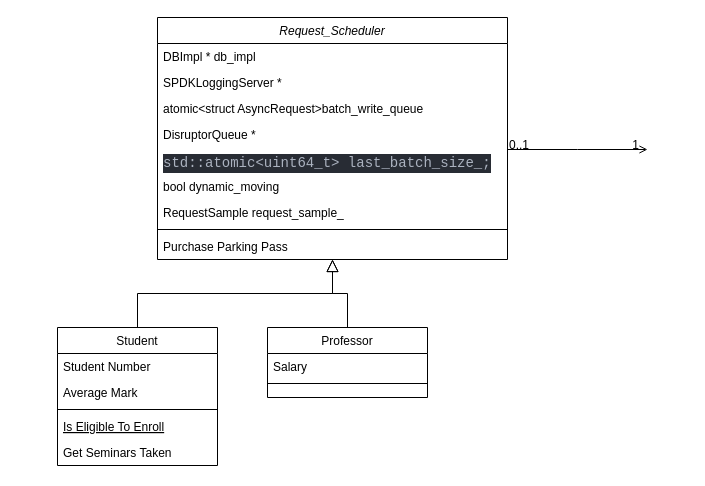
Earlier version of the draw.io diagram SpanDB.drawio (hayden-pzhou/drawioChart). Source tidied: cells renumbered, new cells numbered last; positions are measured from the earlier drawing's top-left corner, leaving out a move shared by most shapes. Both pictures are drawn from the tidied source at 100%, with x=0, y=0 at pixel (57, 17).
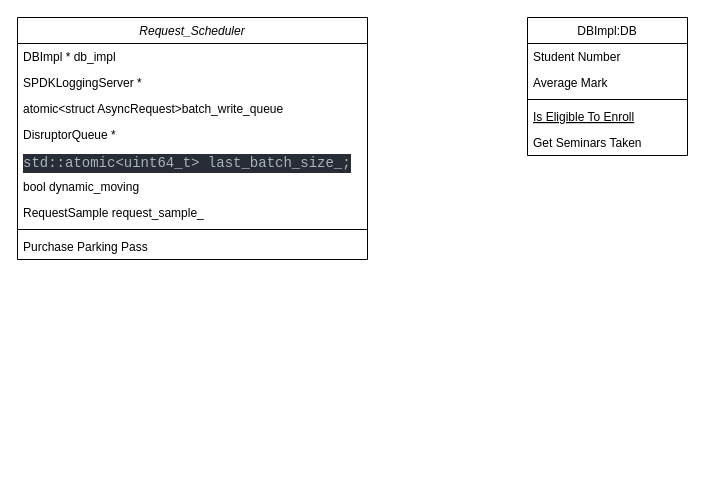
Above is the later version.

Change to the diagram source:
```diff
@@
     <mxCell id="2" value="Request_Scheduler" style="swimlane;fontStyle=2;align=center;verticalAlign=top;horizontal=1;startSize=26;rounded=0;shadow=0;strokeWidth=1;" parent="1" vertex="1">
-      <mxGeometry x="100" width="350" height="242" as="geometry" />
+      <mxGeometry x="-40" width="350" height="242" as="geometry" />
     </mxCell>
@@
-    <mxCell id="12" value="Student" style="swimlane;fontStyle=0;align=center;verticalAlign=top;horizontal=1;startSize=26;rounded=0;shadow=0;strokeWidth=1;" parent="1" vertex="1">
-      <mxGeometry y="310" width="160" height="138" as="geometry" />
+    <mxCell id="12" value="DBImpl:DB" style="swimlane;fontStyle=0;align=center;verticalAlign=top;horizontal=1;startSize=26;rounded=0;shadow=0;strokeWidth=1;" parent="1" vertex="1">
+      <mxGeometry x="470" width="160" height="138" as="geometry" />
     </mxCell>
@@
-    <mxCell id="18" style="endArrow=block;endSize=10;endFill=0;shadow=0;strokeWidth=1;rounded=0;edgeStyle=elbowEdgeStyle;elbow=vertical;" parent="1" edge="1" source="12" target="2">
-      <mxGeometry relative="1" as="geometry" />
-    </mxCell>
-    <mxCell id="19" value="Professor" style="swimlane;fontStyle=0;align=center;verticalAlign=top;horizontal=1;startSize=26;rounded=0;shadow=0;strokeWidth=1;" parent="1" vertex="1">
-      <mxGeometry x="210" y="310" width="160" height="70" as="geometry" />
-    </mxCell>
-    <mxCell id="20" value="Salary" style="text;align=left;verticalAlign=top;spacingLeft=4;spacingRight=4;overflow=hidden;" parent="19" vertex="1">
-      <mxGeometry y="26" width="160" height="26" as="geometry" />
-    </mxCell>
-    <mxCell id="21" style="line;html=1;strokeWidth=1;align=left;verticalAlign=middle;spacingTop=-1;spacingLeft=3;spacingRight=3;labelPosition=right;" parent="19" vertex="1">
-      <mxGeometry y="52" width="160" height="8" as="geometry" />
-    </mxCell>
-    <mxCell id="22" style="endArrow=block;endSize=10;endFill=0;shadow=0;strokeWidth=1;rounded=0;edgeStyle=elbowEdgeStyle;elbow=vertical;" parent="1" edge="1" source="19" target="2">
-      <mxGeometry relative="1" as="geometry" />
-    </mxCell>
-    <mxCell id="23" style="endArrow=open;shadow=0;strokeWidth=1;rounded=0;endFill=1;edgeStyle=elbowEdgeStyle;elbow=vertical;" parent="1" edge="1" source="2">
-      <mxGeometry x="0.5" y="41" relative="1" as="geometry">
-        <mxPoint x="590" y="132" as="targetPoint" />
-        <mxPoint x="-40" y="32" as="offset" />
-      </mxGeometry>
-    </mxCell>
-    <mxCell id="24" value="0..1" style="align=left;verticalAlign=bottom;labelBackgroundColor=none;fontSize=12;" parent="23" vertex="1">
-      <mxGeometry x="-1" relative="1" as="geometry">
-        <mxPoint y="4" as="offset" />
-      </mxGeometry>
-    </mxCell>
-    <mxCell id="25" value="1" style="align=right;verticalAlign=bottom;labelBackgroundColor=none;fontSize=12;" parent="23" vertex="1">
-      <mxGeometry x="1" relative="1" as="geometry">
-        <mxPoint x="-7" y="4" as="offset" />
-      </mxGeometry>
-    </mxCell>
```
